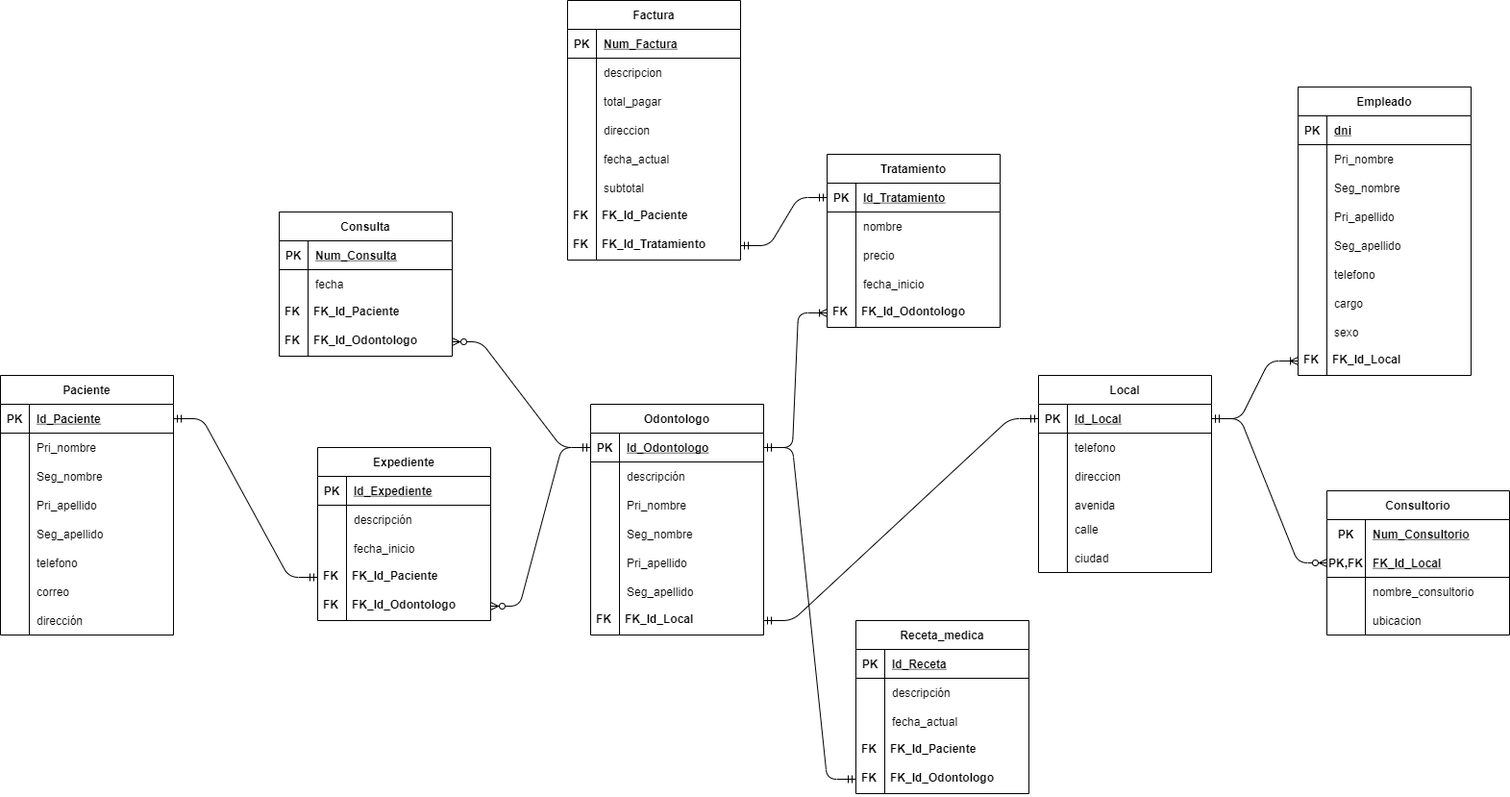
Before: Diagrama Relacional.png, a diagram exported from draw.io (ChessnuttGriffin/BasesDatos-AmyDiaz). Source tidied: cells renumbered, new cells last; positions are measured from the earlier drawing's top-left corner, leaving out a move shared by most shapes.
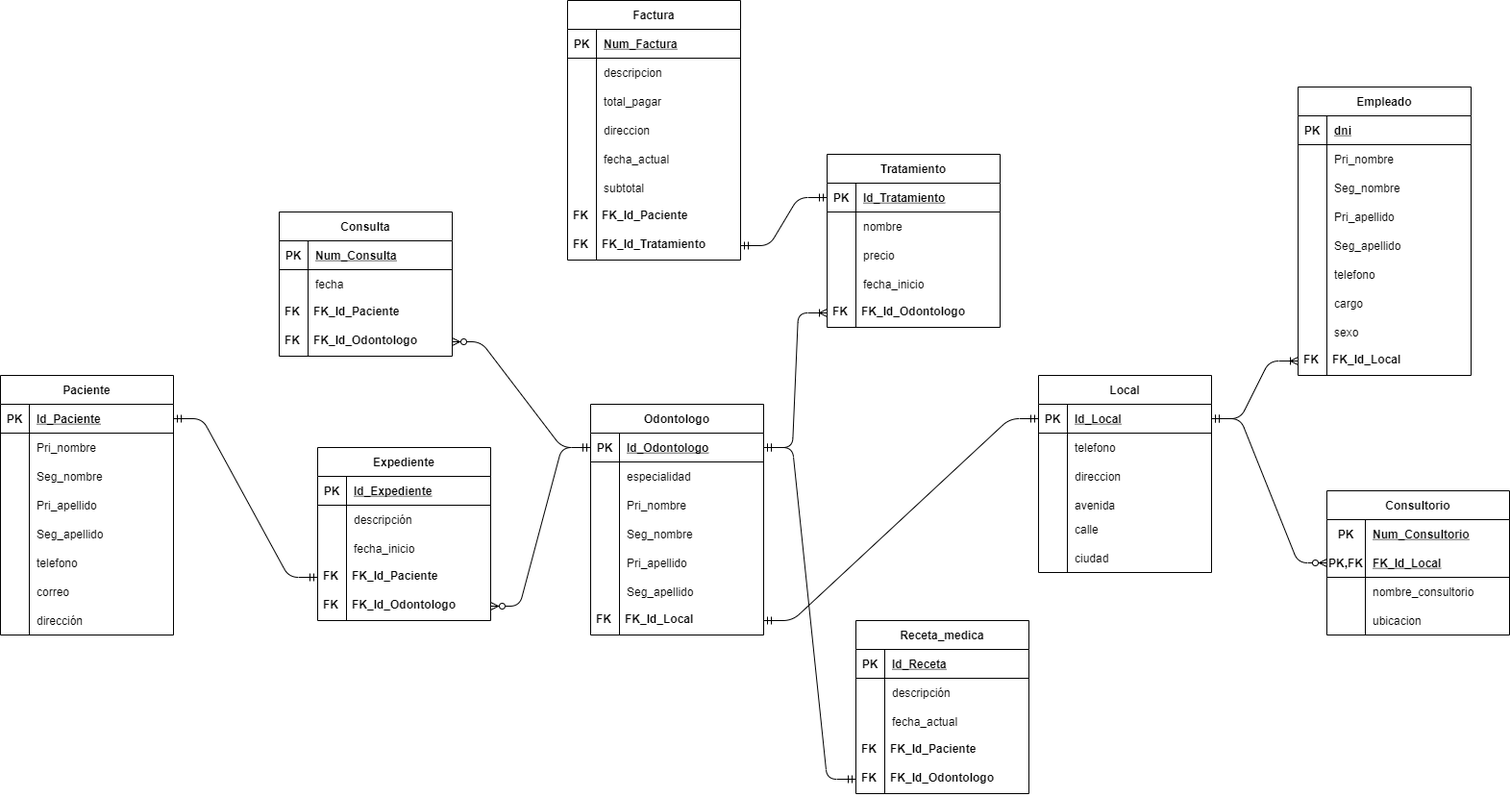
After the commit.

Diff of the diagram source:
```diff
@@ -101,7 +101,7 @@
     <mxCell id="34" style="shape=partialRectangle;fillColor=none;top=0;left=0;bottom=0;right=0;overflow=hidden;" parent="33" vertex="1">
       <mxGeometry width="30" height="30" as="geometry" />
     </mxCell>
-    <mxCell id="35" value="descripción" style="shape=partialRectangle;fillColor=none;top=0;left=0;bottom=0;right=0;align=left;spacingLeft=6;overflow=hidden;" parent="33" vertex="1">
+    <mxCell id="35" value="especialidad" style="shape=partialRectangle;fillColor=none;top=0;left=0;bottom=0;right=0;align=left;spacingLeft=6;overflow=hidden;" parent="33" vertex="1">
       <mxGeometry x="30" width="150" height="30" as="geometry" />
     </mxCell>
     <mxCell id="36" style="shape=partialRectangle;fillColor=none;top=0;left=0;bottom=0;right=0;" parent="29" vertex="1">
```
